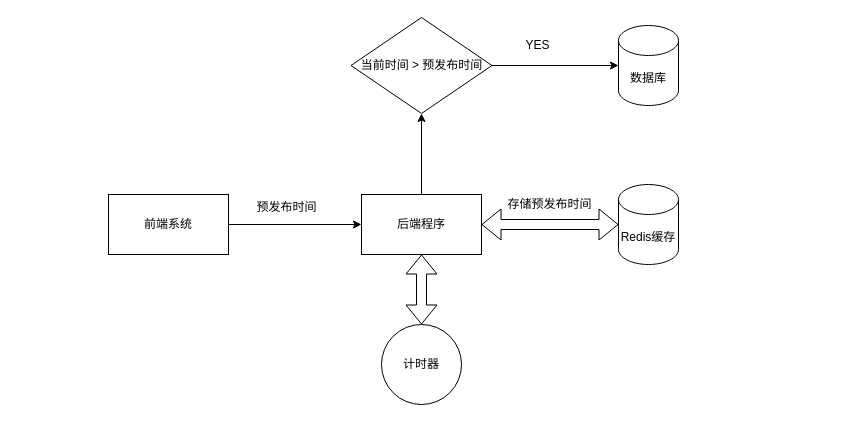
Earlier version of the draw.io diagram examinationSystemVue/src/4-3-7.drawio (Sakeyuan/Web-ExaminationSystem). Source tidied: cells renumbered, new cells numbered last; positions are measured from the earlier drawing's top-left corner, leaving out a move shared by most shapes. Both pictures are drawn from the tidied source at 100%, with x=0, y=0 at pixel (108, 17).
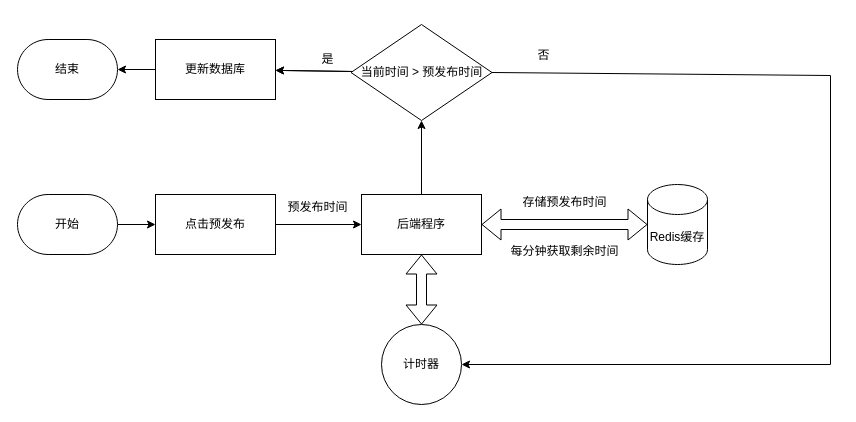
Above is the later version.

Diff of the diagram source:
```diff
@@
-    <mxCell id="2" style="edgeStyle=none;html=1;strokeColor=#000000;" parent="1" edge="1" source="3" target="5">
+    <mxCell id="2" style="edgeStyle=none;html=1;strokeColor=#000000;strokeWidth=1;" parent="1" edge="1" source="3" target="5">
       <mxGeometry relative="1" as="geometry" />
     </mxCell>
-    <mxCell id="3" value="前端系统" style="rounded=0;whiteSpace=wrap;html=1;" parent="1" vertex="1">
-      <mxGeometry y="177" width="120" height="60" as="geometry" />
+    <mxCell id="3" value="点击预发布" style="rounded=0;whiteSpace=wrap;html=1;fillColor=#FFFFFF;strokeColor=#000000;fontColor=#000000;strokeWidth=1;" parent="1" vertex="1">
+      <mxGeometry x="47" y="177" width="120" height="60" as="geometry" />
     </mxCell>
-    <mxCell id="4" style="edgeStyle=none;html=1;exitX=0.5;exitY=0;exitDx=0;exitDy=0;entryX=0.5;entryY=1;entryDx=0;entryDy=0;strokeColor=#000000;fontFamily=Helvetica;fontSize=12;fontColor=default;" parent="1" edge="1" source="5" target="13">
+    <mxCell id="4" style="edgeStyle=none;html=1;exitX=0.5;exitY=0;exitDx=0;exitDy=0;entryX=0.5;entryY=1;entryDx=0;entryDy=0;strokeColor=#000000;fontFamily=Helvetica;fontSize=12;fontColor=default;strokeWidth=1;" parent="1" edge="1" source="5" target="13">
       <mxGeometry relative="1" as="geometry" />
     </mxCell>
-    <mxCell id="5" value="后端程序" style="rounded=0;whiteSpace=wrap;html=1;" parent="1" vertex="1">
+    <mxCell id="5" value="后端程序" style="rounded=0;whiteSpace=wrap;html=1;fillColor=#FFFFFF;strokeColor=#000000;fontColor=#000000;strokeWidth=1;" parent="1" vertex="1">
       <mxGeometry x="253" y="177" width="120" height="60" as="geometry" />
     </mxCell>
-    <mxCell id="6" value="&lt;font color=&quot;#000000&quot;&gt;预发布时间&lt;/font&gt;" style="text;html=1;align=center;verticalAlign=middle;strokeColor=none;fillColor=none;" parent="1" vertex="1">
-      <mxGeometry x="139" y="177" width="78" height="26" as="geometry" />
+    <mxCell id="6" value="&lt;font color=&quot;#000000&quot;&gt;预发布时间&lt;/font&gt;" style="text;html=1;align=center;verticalAlign=middle;strokeColor=none;fillColor=none;strokeWidth=1;" parent="1" vertex="1">
+      <mxGeometry x="170" y="177" width="78" height="26" as="geometry" />
     </mxCell>
-    <mxCell id="7" value="Redis缓存" style="shape=cylinder3;whiteSpace=wrap;html=1;boundedLbl=1;backgroundOutline=1;size=15;fontColor=#000000;" parent="1" vertex="1">
-      <mxGeometry x="510" y="167" width="60" height="80" as="geometry" />
+    <mxCell id="7" value="Redis缓存" style="shape=cylinder3;whiteSpace=wrap;html=1;boundedLbl=1;backgroundOutline=1;size=15;fontColor=#000000;fillColor=#FFFFFF;strokeColor=#000000;strokeWidth=1;" parent="1" vertex="1">
+      <mxGeometry x="539" y="167" width="60" height="80" as="geometry" />
     </mxCell>
-    <mxCell id="8" style="shape=flexArrow;endArrow=classic;startArrow=classic;html=1;strokeColor=#000000;fontColor=#000000;entryX=0;entryY=0.5;entryDx=0;entryDy=0;entryPerimeter=0;exitX=1;exitY=0.5;exitDx=0;exitDy=0;" parent="1" edge="1" source="5" target="7">
+    <mxCell id="8" style="shape=flexArrow;endArrow=classic;startArrow=classic;html=1;strokeColor=#000000;fontColor=#000000;entryX=0;entryY=0.5;entryDx=0;entryDy=0;entryPerimeter=0;exitX=1;exitY=0.5;exitDx=0;exitDy=0;strokeWidth=1;" parent="1" edge="1" source="5" target="7">
       <mxGeometry relative="1" as="geometry" />
     </mxCell>
-    <mxCell id="9" value="计时器" style="ellipse;whiteSpace=wrap;html=1;rounded=0;" parent="1" vertex="1">
+    <mxCell id="9" value="计时器" style="ellipse;whiteSpace=wrap;html=1;rounded=0;fillColor=#FFFFFF;strokeColor=#000000;fontColor=#000000;strokeWidth=1;" parent="1" vertex="1">
       <mxGeometry x="273" y="307" width="80" height="80" as="geometry" />
     </mxCell>
-    <mxCell id="10" style="shape=flexArrow;endArrow=classic;startArrow=classic;html=1;strokeColor=#000000;fontColor=#000000;entryX=0.5;entryY=0;entryDx=0;entryDy=0;exitX=0.5;exitY=1;exitDx=0;exitDy=0;" parent="1" edge="1" source="5" target="9">
+    <mxCell id="10" style="shape=flexArrow;endArrow=classic;startArrow=classic;html=1;strokeColor=#000000;fontColor=#000000;entryX=0.5;entryY=0;entryDx=0;entryDy=0;exitX=0.5;exitY=1;exitDx=0;exitDy=0;strokeWidth=1;" parent="1" edge="1" source="5" target="9">
       <mxGeometry relative="1" as="geometry" />
     </mxCell>
-    <mxCell id="11" value="&lt;font color=&quot;#000000&quot;&gt;存储预发布时间&lt;/font&gt;" style="text;html=1;align=center;verticalAlign=middle;strokeColor=none;fillColor=none;" parent="1" vertex="1">
-      <mxGeometry x="390" y="174" width="102" height="26" as="geometry" />
+    <mxCell id="11" value="&lt;font color=&quot;#000000&quot;&gt;存储预发布时间&lt;/font&gt;" style="text;html=1;align=center;verticalAlign=middle;strokeColor=none;fillColor=none;strokeWidth=1;" parent="1" vertex="1">
+      <mxGeometry x="405" y="172" width="102" height="26" as="geometry" />
     </mxCell>
-    <mxCell id="12" style="edgeStyle=none;html=1;exitX=1;exitY=0.5;exitDx=0;exitDy=0;strokeColor=#000000;fontFamily=Helvetica;fontSize=12;fontColor=#000000;entryX=0;entryY=0.5;entryDx=0;entryDy=0;entryPerimeter=0;" parent="1" edge="1" source="13" target="14">
-      <mxGeometry relative="1" as="geometry" />
-    </mxCell>
+    <mxCell id="16" style="edgeStyle=none;html=1;strokeColor=#000000;strokeWidth=1;fontColor=#000000;" parent="1" edge="1" source="13" target="23">
+      <mxGeometry relative="1" as="geometry" />
+    </mxCell>
+    <mxCell id="17" style="edgeStyle=none;html=1;strokeColor=#000000;strokeWidth=1;fontColor=#000000;" parent="1" edge="1" source="13" target="23">
+      <mxGeometry relative="1" as="geometry" />
+    </mxCell>
+    <mxCell id="18" style="edgeStyle=none;html=1;exitX=1;exitY=0.5;exitDx=0;exitDy=0;entryX=1;entryY=0.5;entryDx=0;entryDy=0;strokeColor=#000000;strokeWidth=1;fontColor=#000000;rounded=0;" parent="1" edge="1" source="13" target="9">
+      <mxGeometry relative="1" as="geometry">
+        <Array as="points">
+          <mxPoint x="722" y="58" />
+          <mxPoint x="722" y="347" />
+        </Array>
+      </mxGeometry>
+    </mxCell>
-    <mxCell id="13" value="当前时间 &amp;gt; 预发布时间" style="rhombus;whiteSpace=wrap;html=1;rounded=0;strokeColor=default;fontFamily=Helvetica;fontSize=12;fontColor=default;fillColor=default;" parent="1" vertex="1">
-      <mxGeometry x="242.5" width="141" height="96" as="geometry" />
+    <mxCell id="13" value="当前时间 &amp;gt; 预发布时间" style="rhombus;whiteSpace=wrap;html=1;rounded=0;strokeColor=#000000;fontFamily=Helvetica;fontSize=12;fontColor=#000000;fillColor=#FFFFFF;strokeWidth=1;" parent="1" vertex="1">
+      <mxGeometry x="242.5" y="7" width="141" height="96" as="geometry" />
     </mxCell>
-    <mxCell id="14" value="数据库" style="shape=cylinder3;whiteSpace=wrap;html=1;boundedLbl=1;backgroundOutline=1;size=15;fontColor=#000000;" parent="1" vertex="1">
-      <mxGeometry x="510" y="8" width="60" height="80" as="geometry" />
-    </mxCell>
-    <mxCell id="15" value="YES" style="text;html=1;align=center;verticalAlign=middle;strokeColor=none;fillColor=none;fontSize=12;fontFamily=Helvetica;fontColor=#000000;" parent="1" vertex="1">
-      <mxGeometry x="408" y="15" width="42" height="26" as="geometry" />
-    </mxCell>
+    <mxCell id="19" style="edgeStyle=none;html=1;exitX=1;exitY=0.5;exitDx=0;exitDy=0;exitPerimeter=0;entryX=0;entryY=0.5;entryDx=0;entryDy=0;fontColor=#000000;strokeColor=#000000;strokeWidth=1;" parent="1" edge="1" source="20" target="3">
+      <mxGeometry relative="1" as="geometry" />
+    </mxCell>
+    <mxCell id="20" value="开始" style="strokeWidth=1;html=1;shape=mxgraph.flowchart.terminator;whiteSpace=wrap;strokeColor=#000000;fontColor=#000000;fillColor=#FFFFFF;" parent="1" vertex="1">
+      <mxGeometry x="-91" y="177" width="100" height="60" as="geometry" />
+    </mxCell>
+    <mxCell id="21" value="每分钟获取剩余时间" style="text;html=1;align=center;verticalAlign=middle;strokeColor=none;fillColor=none;fontColor=#000000;" parent="1" vertex="1">
+      <mxGeometry x="393" y="221" width="126" height="26" as="geometry" />
+    </mxCell>
+    <mxCell id="22" style="edgeStyle=none;html=1;exitX=0;exitY=0.5;exitDx=0;exitDy=0;entryX=1;entryY=0.5;entryDx=0;entryDy=0;entryPerimeter=0;strokeColor=#000000;strokeWidth=1;fontColor=#000000;" parent="1" edge="1" source="23" target="24">
+      <mxGeometry relative="1" as="geometry" />
+    </mxCell>
+    <mxCell id="23" value="更新数据库" style="whiteSpace=wrap;html=1;fillColor=#FFFFFF;strokeColor=#000000;fontColor=#000000;rounded=0;strokeWidth=1;" parent="1" vertex="1">
+      <mxGeometry x="47" y="22" width="120" height="60" as="geometry" />
+    </mxCell>
+    <mxCell id="24" value="结束" style="strokeWidth=1;html=1;shape=mxgraph.flowchart.terminator;whiteSpace=wrap;strokeColor=#000000;fontColor=#000000;fillColor=#FFFFFF;" parent="1" vertex="1">
+      <mxGeometry x="-91" y="22" width="100" height="60" as="geometry" />
+    </mxCell>
+    <mxCell id="25" value="是" style="text;html=1;align=center;verticalAlign=middle;strokeColor=none;fillColor=none;fontColor=#000000;" parent="1" vertex="1">
+      <mxGeometry x="204" y="29" width="30" height="26" as="geometry" />
+    </mxCell>
+    <mxCell id="26" value="否" style="text;html=1;align=center;verticalAlign=middle;strokeColor=none;fillColor=none;fontColor=#000000;" parent="1" vertex="1">
+      <mxGeometry x="420" y="25" width="30" height="26" as="geometry" />
+    </mxCell>
```
